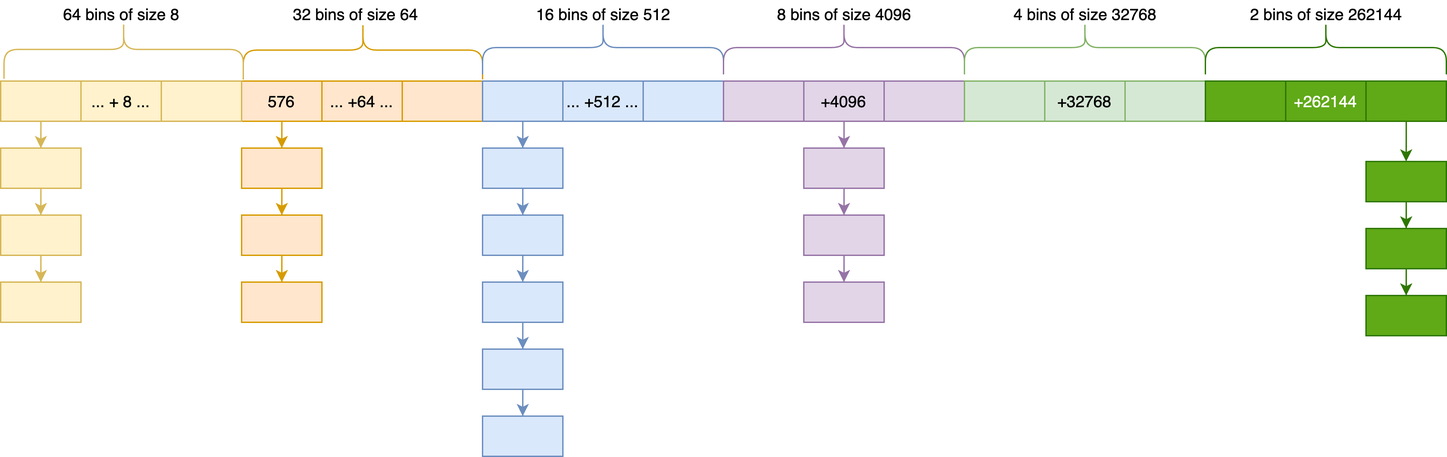
Before: OpenSource/Image/malloc-free-list.png, a diagram exported from draw.io (jemmy512/software-engineer). Source tidied: cells renumbered, new cells last; positions are measured from the earlier drawing's top-left corner, leaving out a move shared by most shapes.
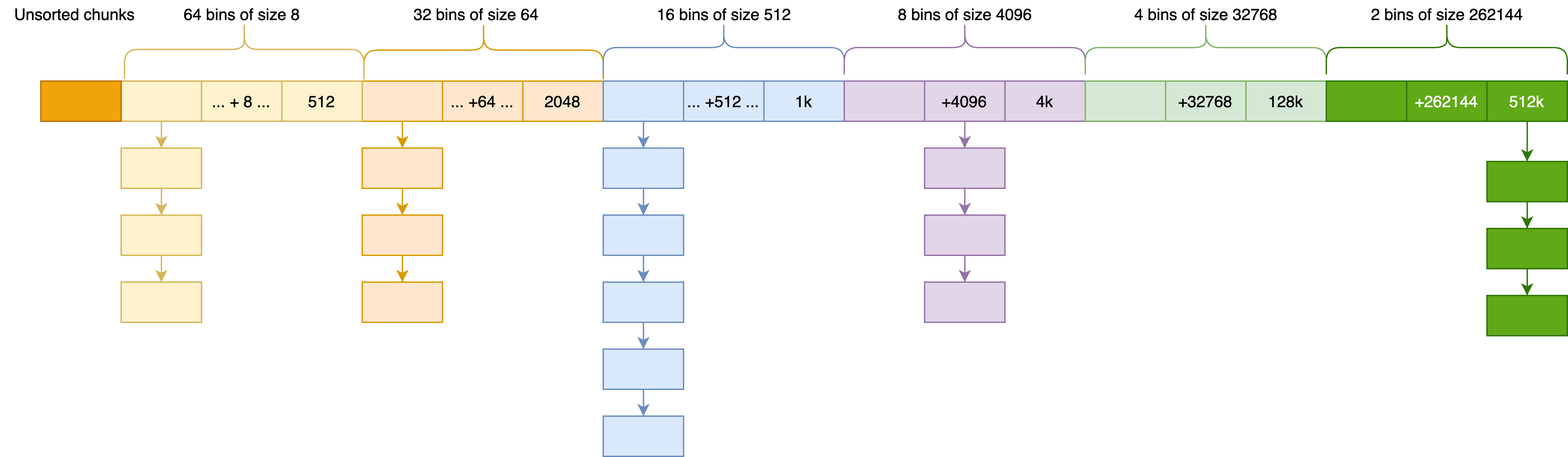
Later version of the same file.

Diff of the diagram source:
```diff
@@ -5,13 +5,13 @@
     <mxCell id="2" style="edgeStyle=orthogonalEdgeStyle;rounded=0;jettySize=auto;html=1;entryX=0.5;entryY=0;entryDx=0;entryDy=0;fillColor=#ffe6cc;strokeColor=#d79b00;" parent="1" edge="1" source="3" target="43">
       <mxGeometry relative="1" as="geometry" />
     </mxCell>
-    <mxCell id="3" value="576" style="rounded=0;whiteSpace=wrap;html=1;fillColor=#ffe6cc;strokeColor=#d79b00;" parent="1" vertex="1">
+    <mxCell id="3" style="rounded=0;whiteSpace=wrap;html=1;fillColor=#ffe6cc;strokeColor=#d79b00;" parent="1" vertex="1">
       <mxGeometry x="180" y="115" width="60" height="30" as="geometry" />
     </mxCell>
     <mxCell id="4" value="... +64 ..." style="rounded=0;whiteSpace=wrap;html=1;fillColor=#ffe6cc;strokeColor=#d79b00;" parent="1" vertex="1">
       <mxGeometry x="240" y="115" width="60" height="30" as="geometry" />
     </mxCell>
-    <mxCell id="5" style="rounded=0;whiteSpace=wrap;html=1;fillColor=#ffe6cc;strokeColor=#d79b00;" parent="1" vertex="1">
+    <mxCell id="5" value="2048" style="rounded=0;whiteSpace=wrap;html=1;fillColor=#ffe6cc;strokeColor=#d79b00;" parent="1" vertex="1">
       <mxGeometry x="300" y="115" width="60" height="30" as="geometry" />
     </mxCell>
     <mxCell id="6" style="edgeStyle=orthogonalEdgeStyle;rounded=0;jettySize=auto;html=1;entryX=0.5;entryY=0;entryDx=0;entryDy=0;fillColor=#dae8fc;strokeColor=#6c8ebf;" parent="1" edge="1" source="7" target="48">
@@ -23,7 +23,7 @@
     <mxCell id="8" value="... +512 ..." style="rounded=0;whiteSpace=wrap;html=1;fillColor=#dae8fc;strokeColor=#6c8ebf;" parent="1" vertex="1">
       <mxGeometry x="420" y="115" width="60" height="30" as="geometry" />
     </mxCell>
-    <mxCell id="9" style="rounded=0;whiteSpace=wrap;html=1;fillColor=#dae8fc;strokeColor=#6c8ebf;" parent="1" vertex="1">
+    <mxCell id="9" value="1k" style="rounded=0;whiteSpace=wrap;html=1;fillColor=#dae8fc;strokeColor=#6c8ebf;" parent="1" vertex="1">
       <mxGeometry x="480" y="115" width="60" height="30" as="geometry" />
     </mxCell>
     <mxCell id="10" style="rounded=0;whiteSpace=wrap;html=1;fillColor=#e1d5e7;strokeColor=#9673a6;" parent="1" vertex="1">
@@ -50,7 +50,7 @@
     <mxCell id="17" style="shape=curlyBracket;whiteSpace=wrap;html=1;rounded=1;rotation=90;size=0.5;fillColor=#e1d5e7;strokeColor=#9673a6;" parent="1" vertex="1">
       <mxGeometry x="610" width="40" height="180" as="geometry" />
     </mxCell>
-    <mxCell id="18" style="rounded=0;whiteSpace=wrap;html=1;fillColor=#e1d5e7;strokeColor=#9673a6;" parent="1" vertex="1">
+    <mxCell id="18" value="4k" style="rounded=0;whiteSpace=wrap;html=1;fillColor=#e1d5e7;strokeColor=#9673a6;" parent="1" vertex="1">
       <mxGeometry x="660" y="115" width="60" height="30" as="geometry" />
     </mxCell>
     <mxCell id="19" value="8 bins of size 4096" style="text;html=1;align=center;verticalAlign=middle;strokeColor=none;" parent="1" vertex="1">
@@ -65,7 +65,7 @@
     <mxCell id="22" style="shape=curlyBracket;whiteSpace=wrap;html=1;rounded=1;rotation=90;size=0.5;fillColor=#d5e8d4;strokeColor=#82b366;" parent="1" vertex="1">
       <mxGeometry x="790" width="40" height="180" as="geometry" />
     </mxCell>
-    <mxCell id="23" style="rounded=0;whiteSpace=wrap;html=1;fillColor=#d5e8d4;strokeColor=#82b366;" parent="1" vertex="1">
+    <mxCell id="23" value="128k" style="rounded=0;whiteSpace=wrap;html=1;fillColor=#d5e8d4;strokeColor=#82b366;" parent="1" vertex="1">
       <mxGeometry x="840" y="115" width="60" height="30" as="geometry" />
     </mxCell>
     <mxCell id="24" value="4 bins of size&amp;nbsp;32768" style="text;html=1;align=center;verticalAlign=middle;strokeColor=none;" parent="1" vertex="1">
@@ -83,7 +83,7 @@
     <mxCell id="28" style="edgeStyle=orthogonalEdgeStyle;rounded=0;jettySize=auto;html=1;entryX=0.5;entryY=0;entryDx=0;entryDy=0;fillColor=#60a917;strokeColor=#2D7600;" parent="1" edge="1" source="29" target="59">
       <mxGeometry relative="1" as="geometry" />
     </mxCell>
-    <mxCell id="29" style="rounded=0;whiteSpace=wrap;html=1;fillColor=#60a917;strokeColor=#2D7600;fontColor=#ffffff;" parent="1" vertex="1">
+    <mxCell id="29" value="512k" style="rounded=0;whiteSpace=wrap;html=1;fillColor=#60a917;strokeColor=#2D7600;fontColor=#ffffff;" parent="1" vertex="1">
       <mxGeometry x="1020" y="115" width="60" height="30" as="geometry" />
     </mxCell>
     <mxCell id="30" value="2 bins of size&amp;nbsp;262144" style="text;html=1;align=center;verticalAlign=middle;strokeColor=none;" parent="1" vertex="1">
@@ -98,7 +98,7 @@
     <mxCell id="33" value="... + 8 ..." style="rounded=0;whiteSpace=wrap;html=1;fillColor=#fff2cc;strokeColor=#d6b656;" parent="1" vertex="1">
       <mxGeometry x="60" y="115" width="60" height="30" as="geometry" />
     </mxCell>
-    <mxCell id="34" style="rounded=0;whiteSpace=wrap;html=1;fillColor=#fff2cc;strokeColor=#d6b656;" parent="1" vertex="1">
+    <mxCell id="34" value="512" style="rounded=0;whiteSpace=wrap;html=1;fillColor=#fff2cc;strokeColor=#d6b656;" parent="1" vertex="1">
       <mxGeometry x="120" y="115" width="60" height="30" as="geometry" />
     </mxCell>
     <mxCell id="35" value="64 bins of size 8" style="text;html=1;align=center;verticalAlign=middle;strokeColor=none;" parent="1" vertex="1">
@@ -194,5 +194,11 @@
     <mxCell id="65" style="rounded=0;whiteSpace=wrap;html=1;fillColor=#dae8fc;strokeColor=#6c8ebf;" parent="1" vertex="1">
       <mxGeometry x="360" y="365" width="60" height="30" as="geometry" />
     </mxCell>
+    <mxCell id="66" style="rounded=0;whiteSpace=wrap;html=1;fillColor=#f0a30a;strokeColor=#BD7000;fontColor=#000000;" parent="1" vertex="1">
+      <mxGeometry x="-60" y="115" width="60" height="30" as="geometry" />
+    </mxCell>
+    <mxCell id="67" value="Unsorted chunks" style="text;html=1;align=center;verticalAlign=middle;strokeColor=none;" parent="1" vertex="1">
+      <mxGeometry x="-90" y="55" width="110" height="20" as="geometry" />
+    </mxCell>
   </root>
 </mxGraphModel>
```
